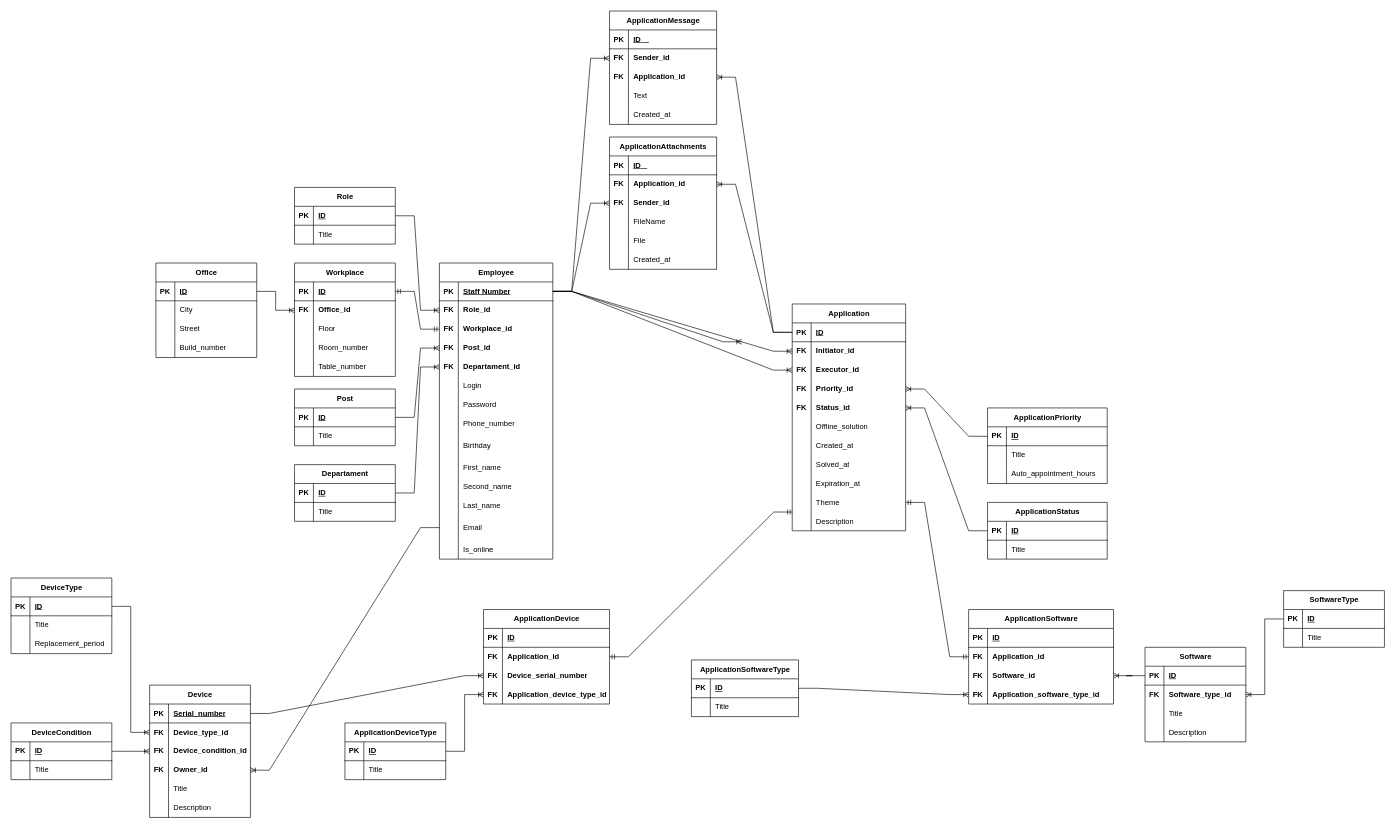
Earlier version of the draw.io diagram page "Страница 2" (2 of 3) of documentation/db-scheme.drawio (ArtemShishkinV/technical-support). Source tidied: cells renumbered, new cells numbered last; positions are measured from the earlier drawing's top-left corner, leaving out a move shared by most shapes. Both pictures are drawn from the tidied source at 63%, with x=0, y=0 at pixel (11, 11).
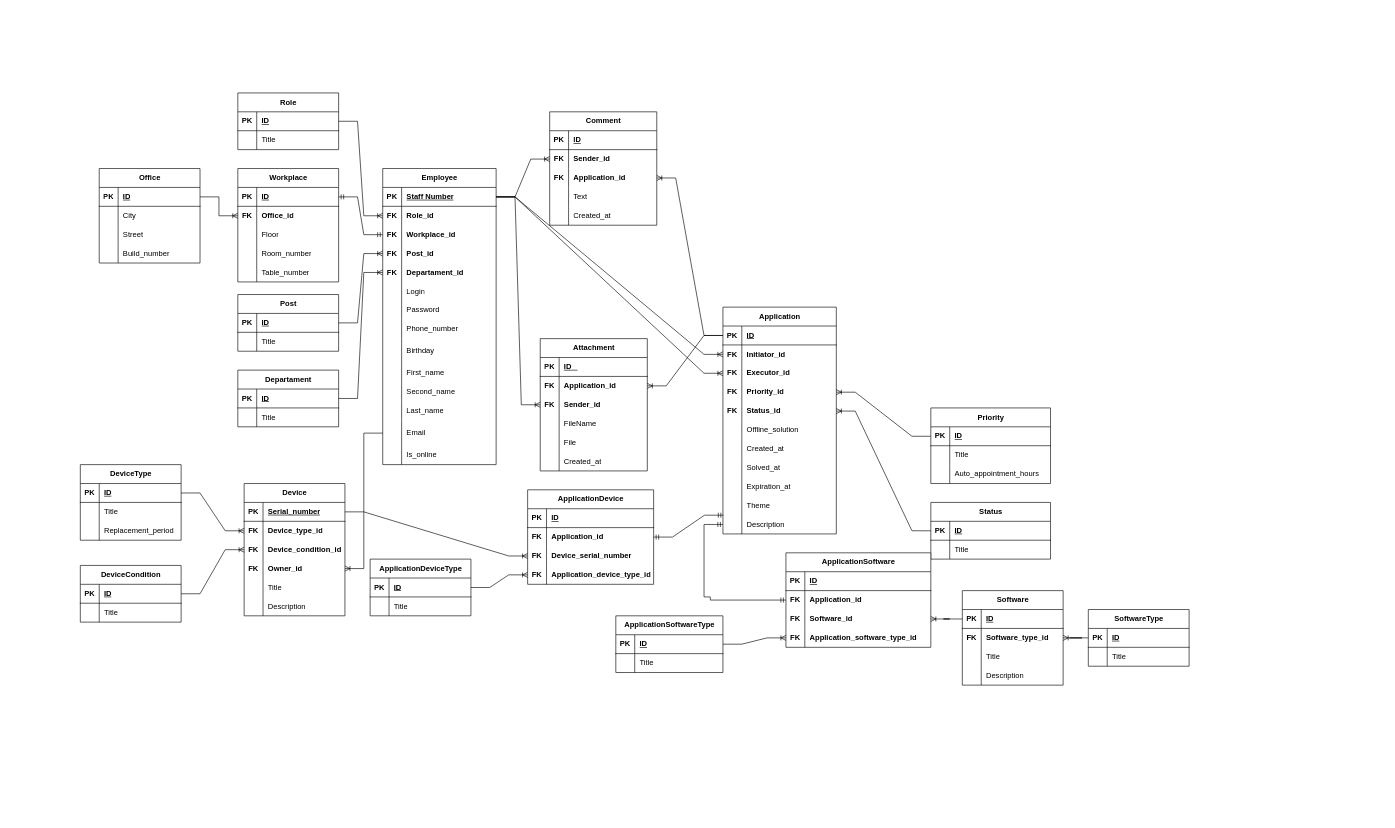
Above is the later version.

The change refers to these unchanged cells:
```xml
<mxCell id="3" style="shape=tableRow;horizontal=0;startSize=0;swimlaneHead=0;swimlaneBody=0;fillColor=none;points=[[0,0.5],[1,0.5]];portConstraint=eastwest;top=0;left=0;right=0;bottom=1;" parent="2" vertex="1">
  <mxGeometry y="30" width="180" height="30" as="geometry" />
</mxCell>
<mxCell id="109" style="shape=tableRow;horizontal=0;startSize=0;swimlaneHead=0;swimlaneBody=0;fillColor=none;points=[[0,0.5],[1,0.5]];portConstraint=eastwest;top=0;left=0;right=0;bottom=0;" parent="81" vertex="1">
  <mxGeometry y="300" width="180" height="30" as="geometry" />
</mxCell>
<mxCell id="112" style="shape=tableRow;horizontal=0;startSize=0;swimlaneHead=0;swimlaneBody=0;fillColor=none;points=[[0,0.5],[1,0.5]];portConstraint=eastwest;top=0;left=0;right=0;bottom=0;" parent="81" vertex="1">
  <mxGeometry y="330" width="180" height="30" as="geometry" />
</mxCell>
<mxCell id="142" style="shape=tableRow;horizontal=0;startSize=0;swimlaneHead=0;swimlaneBody=0;fillColor=none;top=0;left=0;right=0;bottom=1;" parent="141" vertex="1">
  <mxGeometry y="30" width="170" height="30" as="geometry" />
</mxCell>
<mxCell id="258" style="shape=tableRow;horizontal=0;startSize=0;swimlaneHead=0;swimlaneBody=0;fillColor=none;points=[[0,0.5],[1,0.5]];portConstraint=eastwest;top=0;left=0;right=0;bottom=0;" parent="254" vertex="1">
  <mxGeometry y="60" width="230" height="30" as="geometry" />
</mxCell>
```

What changed in the source:
```diff
@@
-    <mxCell id="2" value="Employee" style="shape=table;startSize=30;childLayout=tableLayout;rowLines=0;fontStyle=1;align=center;html=1;" parent="1" vertex="1">
-      <mxGeometry x="680" y="400" width="180" height="470" as="geometry" />
+    <mxCell id="2" value="Employee" style="shape=table;startSize=30;childLayout=tableLayout;rowLines=0;fontStyle=1;align=center;html=1;fillColor=#FFFFFF;" parent="1" vertex="1">
+      <mxGeometry x="590" y="250" width="180" height="470" as="geometry" />
     </mxCell>
@@
     <mxCell id="45" value="Role" style="shape=table;startSize=30;childLayout=tableLayout;rowLines=0;fontStyle=1;align=center;html=1;" parent="1" vertex="1">
-      <mxGeometry x="450" y="280" width="160" height="90" as="geometry" />
+      <mxGeometry x="360" y="130" width="160" height="90" as="geometry" />
     </mxCell>
@@
     <mxCell id="52" value="Office" style="shape=table;startSize=30;childLayout=tableLayout;rowLines=0;fontStyle=1;align=center;html=1;" parent="1" vertex="1">
-      <mxGeometry x="230" y="400" width="160" height="150" as="geometry" />
+      <mxGeometry x="140" y="250" width="160" height="150" as="geometry" />
     </mxCell>
@@
     <mxCell id="65" value="Workplace" style="shape=table;startSize=30;childLayout=tableLayout;rowLines=0;fontStyle=1;align=center;html=1;" parent="1" vertex="1">
-      <mxGeometry x="450" y="400" width="160" height="180" as="geometry" />
+      <mxGeometry x="360" y="250" width="160" height="180" as="geometry" />
     </mxCell>
@@
     <mxCell id="81" value="Application" style="shape=table;startSize=30;childLayout=tableLayout;rowLines=0;fontStyle=1;align=center;html=1;" parent="1" vertex="1">
-      <mxGeometry x="1240" y="465" width="180" height="360" as="geometry" />
+      <mxGeometry x="1130" y="470" width="180" height="360" as="geometry" />
     </mxCell>
@@
-    <mxCell id="115" value="ApplicationStatus" style="shape=table;startSize=30;childLayout=tableLayout;rowLines=0;fontStyle=1;align=center;html=1;" parent="1" vertex="1">
-      <mxGeometry x="1550" y="780" width="190" height="90" as="geometry" />
+    <mxCell id="115" value="Status" style="shape=table;startSize=30;childLayout=tableLayout;rowLines=0;fontStyle=1;align=center;html=1;" parent="1" vertex="1">
+      <mxGeometry x="1460" y="780" width="190" height="90" as="geometry" />
     </mxCell>
@@
-    <mxCell id="122" value="ApplicationAttachments" style="shape=table;startSize=30;childLayout=tableLayout;rowLines=0;fontStyle=1;align=center;html=1;" parent="1" vertex="1">
-      <mxGeometry x="950" y="200" width="170" height="210" as="geometry" />
+    <mxCell id="122" value="Attachment" style="shape=table;startSize=30;childLayout=tableLayout;rowLines=0;fontStyle=1;align=center;html=1;" parent="1" vertex="1">
+      <mxGeometry x="840" y="520" width="170" height="210" as="geometry" />
     </mxCell>
@@
-    <mxCell id="141" value="ApplicationMessage" style="shape=table;startSize=30;childLayout=tableLayout;rowLines=0;fontStyle=1;align=center;html=1;" parent="1" vertex="1">
-      <mxGeometry x="950" width="170" height="180" as="geometry" />
+    <mxCell id="141" value="Comment" style="shape=table;startSize=30;childLayout=tableLayout;rowLines=0;fontStyle=1;align=center;html=1;" parent="1" vertex="1">
+      <mxGeometry x="855" y="160" width="170" height="180" as="geometry" />
     </mxCell>
@@
-    <mxCell id="144" value="ID&lt;span style=&quot;white-space: pre;&quot;&gt; &lt;span style=&quot;white-space: pre;&quot;&gt; &lt;/span&gt;&lt;span style=&quot;white-space: pre;&quot;&gt; &lt;span style=&quot;white-space: pre;&quot;&gt; &lt;/span&gt;&lt;/span&gt;&lt;/span&gt;" style="shape=partialRectangle;fillColor=none;top=0;left=0;bottom=0;right=0;align=left;spacingLeft=6;fontStyle=5;overflow=hidden;whiteSpace=wrap;html=1;" parent="142" vertex="1">
+    <mxCell id="144" value="ID" style="shape=partialRectangle;fillColor=none;top=0;left=0;bottom=0;right=0;align=left;spacingLeft=6;fontStyle=5;overflow=hidden;whiteSpace=wrap;html=1;" parent="142" vertex="1">
       <mxGeometry x="30" width="140" height="30" as="geometry" />
     </mxCell>
@@
-    <mxCell id="157" value="ApplicationPriority" style="shape=table;startSize=30;childLayout=tableLayout;rowLines=0;fontStyle=1;align=center;html=1;" parent="1" vertex="1">
-      <mxGeometry x="1550" y="630" width="190" height="120" as="geometry" />
+    <mxCell id="157" value="Priority" style="shape=table;startSize=30;childLayout=tableLayout;rowLines=0;fontStyle=1;align=center;html=1;" parent="1" vertex="1">
+      <mxGeometry x="1460" y="630" width="190" height="120" as="geometry" />
     </mxCell>
@@
     <mxCell id="167" value="Device" style="shape=table;startSize=30;childLayout=tableLayout;rowLines=0;fontStyle=1;align=center;html=1;" parent="1" vertex="1">
-      <mxGeometry x="220" y="1070" width="160" height="210" as="geometry" />
+      <mxGeometry x="370" y="750" width="160" height="210" as="geometry" />
     </mxCell>
@@
     <mxCell id="186" value="DeviceType" style="shape=table;startSize=30;childLayout=tableLayout;rowLines=0;fontStyle=1;align=center;html=1;" parent="1" vertex="1">
-      <mxGeometry y="900" width="160" height="120" as="geometry" />
+      <mxGeometry x="110" y="720" width="160" height="120" as="geometry" />
     </mxCell>
@@
     <mxCell id="196" value="Departament" style="shape=table;startSize=30;childLayout=tableLayout;rowLines=0;fontStyle=1;align=center;html=1;" parent="1" vertex="1">
-      <mxGeometry x="450" y="720" width="160" height="90" as="geometry" />
+      <mxGeometry x="360" y="570" width="160" height="90" as="geometry" />
     </mxCell>
@@
     <mxCell id="203" value="Post" style="shape=table;startSize=30;childLayout=tableLayout;rowLines=0;fontStyle=1;align=center;html=1;" parent="1" vertex="1">
-      <mxGeometry x="450" y="600" width="160" height="90" as="geometry" />
+      <mxGeometry x="360" y="450" width="160" height="90" as="geometry" />
     </mxCell>
@@
-    <mxCell id="215" style="edgeStyle=entityRelationEdgeStyle;fontSize=12;html=1;endArrow=ERoneToMany;rounded=0;exitX=1;exitY=0.5;exitDx=0;exitDy=0;entryX=0;entryY=0.5;entryDx=0;entryDy=0;" parent="1" edge="1" source="3">
-      <mxGeometry relative="1" as="geometry">
-        <mxPoint x="1160" y="525" as="targetPoint" />
-      </mxGeometry>
-    </mxCell>
@@
     <mxCell id="219" value="ApplicationDeviceType" style="shape=table;startSize=30;childLayout=tableLayout;rowLines=0;fontStyle=1;align=center;html=1;" parent="1" vertex="1">
-      <mxGeometry x="530" y="1130" width="160" height="90" as="geometry" />
+      <mxGeometry x="570" y="870" width="160" height="90" as="geometry" />
     </mxCell>
@@
     <mxCell id="226" style="shape=tableRow;horizontal=0;startSize=0;swimlaneHead=0;swimlaneBody=0;fillColor=none;top=0;left=0;right=0;bottom=0;" parent="1" vertex="1">
-      <mxGeometry x="1000" y="920" width="160" height="30" as="geometry" />
+      <mxGeometry x="910" y="920" width="160" height="30" as="geometry" />
     </mxCell>
@@
     <mxCell id="229" value="ApplicationDevice" style="shape=table;startSize=30;childLayout=tableLayout;rowLines=0;fontStyle=1;align=center;html=1;" parent="1" vertex="1">
-      <mxGeometry x="750" y="950" width="200" height="150" as="geometry" />
+      <mxGeometry x="820" y="760" width="200" height="150" as="geometry" />
     </mxCell>
@@
     <mxCell id="243" value="DeviceCondition" style="shape=table;startSize=30;childLayout=tableLayout;rowLines=0;fontStyle=1;align=center;html=1;" parent="1" vertex="1">
-      <mxGeometry y="1130" width="160" height="90" as="geometry" />
+      <mxGeometry x="110" y="880" width="160" height="90" as="geometry" />
     </mxCell>
@@
     <mxCell id="254" value="ApplicationSoftware" style="shape=table;startSize=30;childLayout=tableLayout;rowLines=0;fontStyle=1;align=center;html=1;" parent="1" vertex="1">
-      <mxGeometry x="1520" y="950" width="230" height="150" as="geometry" />
+      <mxGeometry x="1230" y="860" width="230" height="150" as="geometry" />
     </mxCell>
@@
     <mxCell id="267" value="ApplicationSoftwareType" style="shape=table;startSize=30;childLayout=tableLayout;rowLines=0;fontStyle=1;align=center;html=1;" parent="1" vertex="1">
-      <mxGeometry x="1080" y="1030" width="170" height="90" as="geometry" />
+      <mxGeometry x="960" y="960" width="170" height="90" as="geometry" />
     </mxCell>
@@
     <mxCell id="274" value="Software" style="shape=table;startSize=30;childLayout=tableLayout;rowLines=0;fontStyle=1;align=center;html=1;" parent="1" vertex="1">
-      <mxGeometry x="1800" y="1010" width="160" height="150" as="geometry" />
+      <mxGeometry x="1510" y="920" width="160" height="150" as="geometry" />
     </mxCell>
@@
     <mxCell id="287" value="SoftwareType" style="shape=table;startSize=30;childLayout=tableLayout;rowLines=0;fontStyle=1;align=center;html=1;" parent="1" vertex="1">
-      <mxGeometry x="2020" y="920" width="160" height="90" as="geometry" />
+      <mxGeometry x="1710" y="950" width="160" height="90" as="geometry" />
     </mxCell>
@@
-    <mxCell id="295" style="edgeStyle=entityRelationEdgeStyle;fontSize=12;html=1;endArrow=ERmandOne;startArrow=ERmandOne;rounded=0;exitX=0;exitY=0.5;exitDx=0;exitDy=0;entryX=1;entryY=0.5;entryDx=0;entryDy=0;" parent="1" edge="1" source="258" target="109">
-      <mxGeometry relative="1" as="geometry" />
+    <mxCell id="295" style="edgeStyle=orthogonalEdgeStyle;fontSize=12;html=1;endArrow=ERmandOne;startArrow=ERmandOne;exitX=0;exitY=0.5;exitDx=0;exitDy=0;entryX=0;entryY=0.5;entryDx=0;entryDy=0;jumpStyle=none;rounded=0;" parent="1" edge="1" source="258" target="112">
+      <mxGeometry relative="1" as="geometry">
+        <Array as="points">
+          <mxPoint x="1110" y="935" />
+          <mxPoint x="1110" y="930" />
+          <mxPoint x="1100" y="930" />
+          <mxPoint x="1100" y="815" />
+        </Array>
+      </mxGeometry>
     </mxCell>
```
